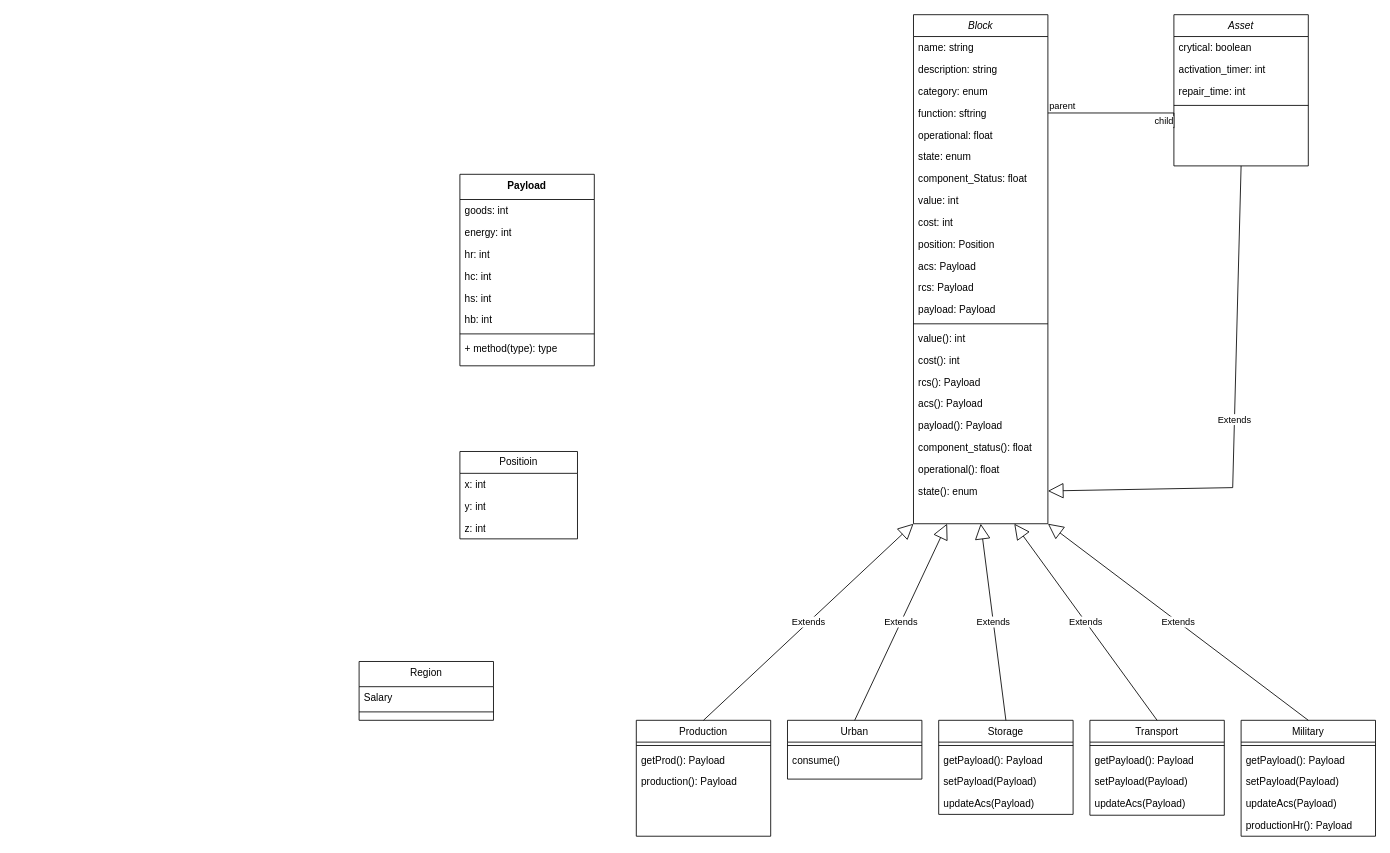
Before: Analisi/UML/Class Diagram.drawio in MakusIV/Warfare-Model, a draw.io diagram. Source tidied: cells renumbered, new cells numbered last; positions are measured from the earlier drawing's top-left corner, leaving out a move shared by most shapes. Both pictures are drawn from the tidied source at 84%, with x=0, y=0 at pixel (359, 14).
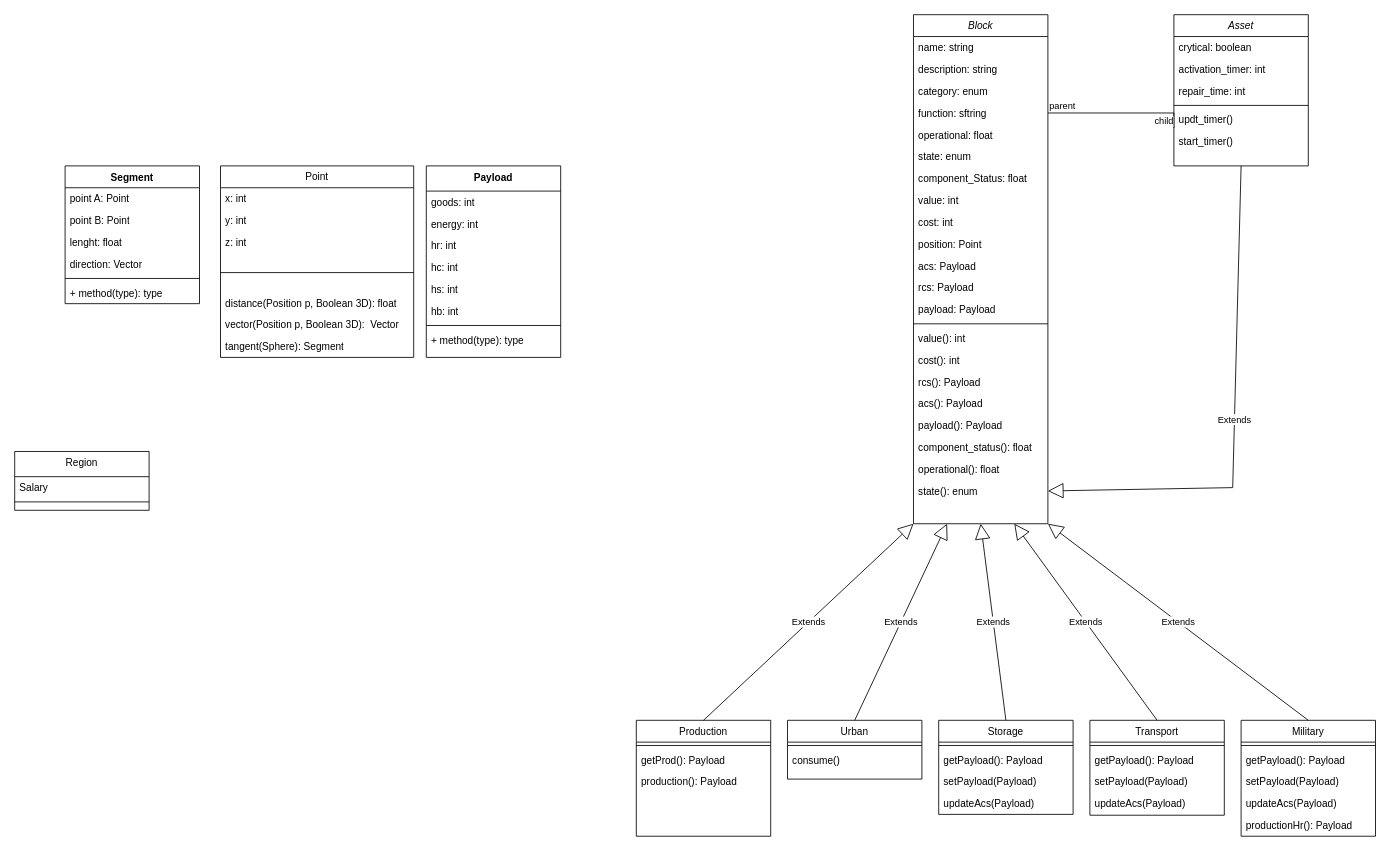
The same page after the edit.

Commit message:
add Point, Segment UML/Class Diagram

Unchanged cells that the change refers to:
```xml
<mxCell id="2" value="Block" style="swimlane;fontStyle=2;align=center;verticalAlign=top;horizontal=1;startSize=26;rounded=0;shadow=0;strokeWidth=1;" parent="1" vertex="1">
  <mxGeometry x="660" width="160" height="606" as="geometry" />
</mxCell>
<mxCell id="25" value="Asset" style="swimlane;fontStyle=2;align=center;verticalAlign=top;horizontal=1;startSize=26;rounded=0;shadow=0;strokeWidth=1;" parent="1" vertex="1">
  <mxGeometry x="970" width="160" height="180" as="geometry" />
</mxCell>
```

Change to the diagram source:
```diff
@@
-    <mxCell id="12" value="position: Position" style="text;align=left;verticalAlign=top;spacingLeft=4;spacingRight=4;overflow=hidden;rounded=0;shadow=0;html=0;" parent="2" vertex="1">
+    <mxCell id="12" value="position: Point" style="text;align=left;verticalAlign=top;spacingLeft=4;spacingRight=4;overflow=hidden;rounded=0;shadow=0;html=0;" parent="2" vertex="1">
       <mxGeometry y="260" width="160" height="26" as="geometry" />
     </mxCell>
@@
+    <mxCell id="78" value="updt_timer()" style="text;strokeColor=none;fillColor=none;align=left;verticalAlign=top;spacingLeft=4;spacingRight=4;overflow=hidden;whiteSpace=wrap;html=1;" parent="25" vertex="1">
+      <mxGeometry y="112" width="160" height="26" as="geometry" />
+    </mxCell>
+    <mxCell id="79" value="start_timer()" style="text;strokeColor=none;fillColor=none;align=left;verticalAlign=top;spacingLeft=4;spacingRight=4;overflow=hidden;whiteSpace=wrap;html=1;" parent="25" vertex="1">
+      <mxGeometry y="138" width="160" height="26" as="geometry" />
+    </mxCell>
@@
     <mxCell id="42" value="Region" style="swimlane;fontStyle=0;align=center;verticalAlign=top;horizontal=1;startSize=30;rounded=0;shadow=0;strokeWidth=1;" parent="1" vertex="1">
-      <mxGeometry y="770" width="160" height="70" as="geometry" />
+      <mxGeometry x="-410" y="520" width="160" height="70" as="geometry" />
     </mxCell>
@@
     <mxCell id="45" value="Payload" style="swimlane;fontStyle=1;align=center;verticalAlign=top;horizontal=1;startSize=30;whiteSpace=wrap;html=1;" parent="1" vertex="1">
-      <mxGeometry x="120" y="190" width="160" height="228" as="geometry" />
+      <mxGeometry x="80" y="180" width="160" height="228" as="geometry" />
     </mxCell>
@@
-    <mxCell id="54" value="Positioin" style="swimlane;fontStyle=0;horizontal=1;startSize=26;fillColor=none;whiteSpace=wrap;html=1;" parent="1" vertex="1">
-      <mxGeometry x="120" y="520" width="140" height="104" as="geometry" />
+    <mxCell id="54" value="Point" style="swimlane;fontStyle=0;horizontal=1;startSize=26;fillColor=none;whiteSpace=wrap;html=1;" parent="1" vertex="1">
+      <mxGeometry x="-165" y="180" width="230" height="228" as="geometry" />
     </mxCell>
     <mxCell id="55" value="x: int" style="text;strokeColor=none;fillColor=none;align=left;verticalAlign=top;spacingLeft=4;spacingRight=4;overflow=hidden;whiteSpace=wrap;html=1;" parent="54" vertex="1">
-      <mxGeometry y="26" width="140" height="26" as="geometry" />
+      <mxGeometry y="26" width="230" height="26" as="geometry" />
     </mxCell>
     <mxCell id="56" value="y: int" style="text;strokeColor=none;fillColor=none;align=left;verticalAlign=top;spacingLeft=4;spacingRight=4;overflow=hidden;whiteSpace=wrap;html=1;" parent="54" vertex="1">
-      <mxGeometry y="52" width="140" height="26" as="geometry" />
+      <mxGeometry y="52" width="230" height="26" as="geometry" />
     </mxCell>
     <mxCell id="57" value="z: int" style="text;strokeColor=none;fillColor=none;align=left;verticalAlign=top;spacingLeft=4;spacingRight=4;overflow=hidden;whiteSpace=wrap;html=1;" parent="54" vertex="1">
-      <mxGeometry y="78" width="140" height="26" as="geometry" />
+      <mxGeometry y="78" width="230" height="26" as="geometry" />
     </mxCell>
+    <mxCell id="80" style="line;strokeWidth=1;fillColor=none;align=left;verticalAlign=middle;spacingTop=-1;spacingLeft=3;spacingRight=3;labelPosition=right;strokeColor=inherit;" parent="54" vertex="1">
+      <mxGeometry y="104" width="230" height="46" as="geometry" />
+    </mxCell>
+    <mxCell id="81" value="distance(Position p, Boolean 3D): float&lt;div&gt;&lt;br&gt;&lt;/div&gt;" style="text;strokeColor=none;fillColor=none;align=left;verticalAlign=top;spacingLeft=4;spacingRight=4;overflow=hidden;whiteSpace=wrap;html=1;" parent="54" vertex="1">
+      <mxGeometry y="150" width="230" height="26" as="geometry" />
+    </mxCell>
+    <mxCell id="82" value="vector(Position p, Boolean 3D):&amp;nbsp;&amp;nbsp;Vector&lt;div&gt;&lt;br&gt;&lt;/div&gt;" style="text;strokeColor=none;fillColor=none;align=left;verticalAlign=top;spacingLeft=4;spacingRight=4;overflow=hidden;whiteSpace=wrap;html=1;" parent="54" vertex="1">
+      <mxGeometry y="176" width="230" height="26" as="geometry" />
+    </mxCell>
+    <mxCell id="83" value="tangent(Sphere): Segment&lt;div&gt;&lt;br&gt;&lt;div&gt;&lt;br&gt;&lt;/div&gt;&lt;/div&gt;" style="text;strokeColor=none;fillColor=none;align=left;verticalAlign=top;spacingLeft=4;spacingRight=4;overflow=hidden;whiteSpace=wrap;html=1;" parent="54" vertex="1">
+      <mxGeometry y="202" width="230" height="26" as="geometry" />
+    </mxCell>
@@
+    <mxCell id="84" value="Segment" style="swimlane;fontStyle=1;align=center;verticalAlign=top;horizontal=1;startSize=26;whiteSpace=wrap;html=1;" parent="1" vertex="1">
+      <mxGeometry x="-350" y="180" width="160" height="164" as="geometry" />
+    </mxCell>
+    <mxCell id="85" value="point A: Point" style="text;strokeColor=none;fillColor=none;align=left;verticalAlign=top;spacingLeft=4;spacingRight=4;overflow=hidden;whiteSpace=wrap;html=1;" parent="84" vertex="1">
+      <mxGeometry y="26" width="160" height="26" as="geometry" />
+    </mxCell>
+    <mxCell id="86" value="point B: Point" style="text;strokeColor=none;fillColor=none;align=left;verticalAlign=top;spacingLeft=4;spacingRight=4;overflow=hidden;whiteSpace=wrap;html=1;" parent="84" vertex="1">
+      <mxGeometry y="52" width="160" height="26" as="geometry" />
+    </mxCell>
+    <mxCell id="87" value="lenght: float" style="text;strokeColor=none;fillColor=none;align=left;verticalAlign=top;spacingLeft=4;spacingRight=4;overflow=hidden;whiteSpace=wrap;html=1;" parent="84" vertex="1">
+      <mxGeometry y="78" width="160" height="26" as="geometry" />
+    </mxCell>
+    <mxCell id="88" value="direction: Vector" style="text;strokeColor=none;fillColor=none;align=left;verticalAlign=top;spacingLeft=4;spacingRight=4;overflow=hidden;whiteSpace=wrap;html=1;" parent="84" vertex="1">
+      <mxGeometry y="104" width="160" height="26" as="geometry" />
+    </mxCell>
+    <mxCell id="89" style="line;strokeWidth=1;fillColor=none;align=left;verticalAlign=middle;spacingTop=-1;spacingLeft=3;spacingRight=3;labelPosition=right;strokeColor=inherit;" parent="84" vertex="1">
+      <mxGeometry y="130" width="160" height="8" as="geometry" />
+    </mxCell>
+    <mxCell id="90" value="+ method(type): type" style="text;strokeColor=none;fillColor=none;align=left;verticalAlign=top;spacingLeft=4;spacingRight=4;overflow=hidden;whiteSpace=wrap;html=1;" parent="84" vertex="1">
+      <mxGeometry y="138" width="160" height="26" as="geometry" />
+    </mxCell>
```
